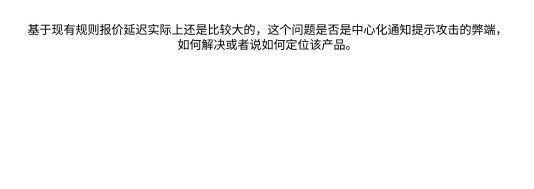
Above: page "报价延迟的问题" (5 of 6) of 自动报价程序.drawio in kami1983/umls (draw.io), before the change. Source tidied: cells renumbered, new cells numbered last; positions are measured from the earlier drawing's top-left corner, leaving out a move shared by most shapes. Both pictures are drawn from the tidied source at 100%, with x=0, y=0 at pixel (17, 17).
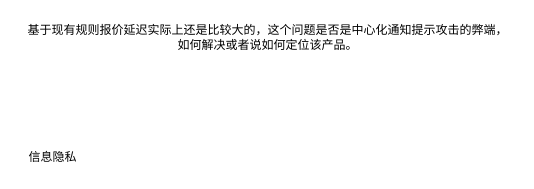
Above is the later version.

What changed in the source:
```diff
@@
 <mxGraphModel>
   <root>
     <mxCell id="0" />
     <mxCell id="1" parent="0" />
     <mxCell id="2" value="基于现有规则报价延迟实际上还是比较大的，这个问题是否是中心化通知提示攻击的弊端，&lt;br&gt;如何解决或者说如何定位该产品。" style="text;html=1;align=center;verticalAlign=middle;strokeColor=none;fillColor=none;" parent="1" vertex="1">
       <mxGeometry width="500" height="40" as="geometry" />
     </mxCell>
+    <mxCell id="3" value="信息隐私" style="text;html=1;align=center;verticalAlign=middle;strokeColor=none;fillColor=none;" parent="1" vertex="1">
+      <mxGeometry y="125" width="70" height="30" as="geometry" />
+    </mxCell>
   </root>
 </mxGraphModel>
```
